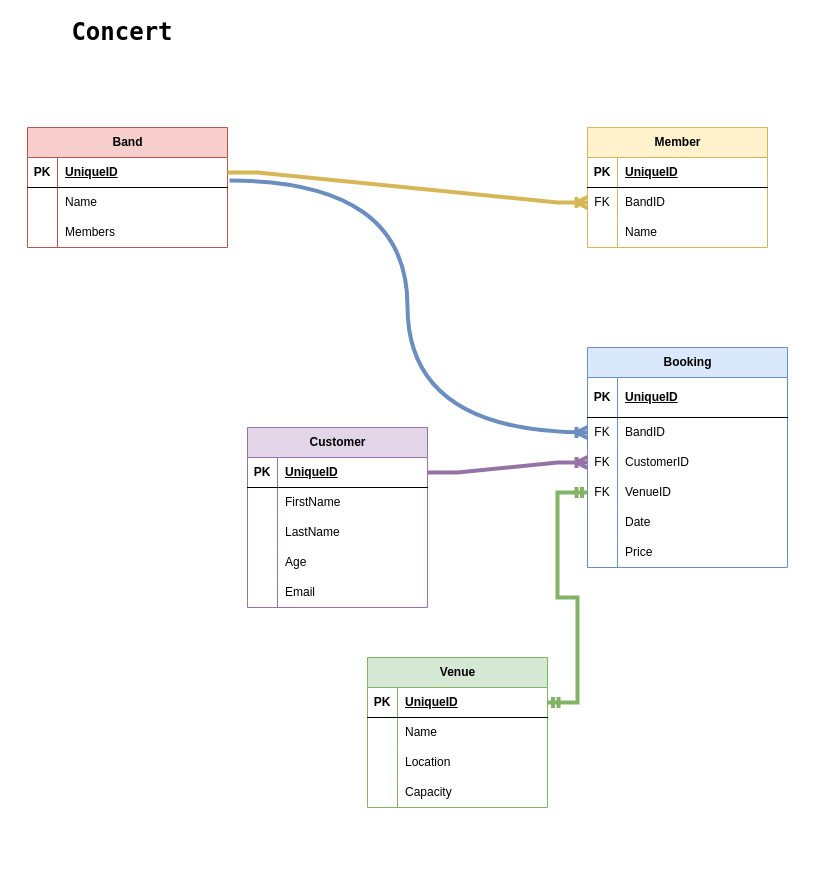
Before: ERD/ConcertERD.drawio in N00240181/CC-Y3-FSD-Assignment, a draw.io diagram. Source tidied: cells renumbered, new cells numbered last; positions are measured from the earlier drawing's top-left corner, leaving out a move shared by most shapes. Both pictures are drawn from the tidied source at 100%, with x=0, y=0 at pixel (27, 17).
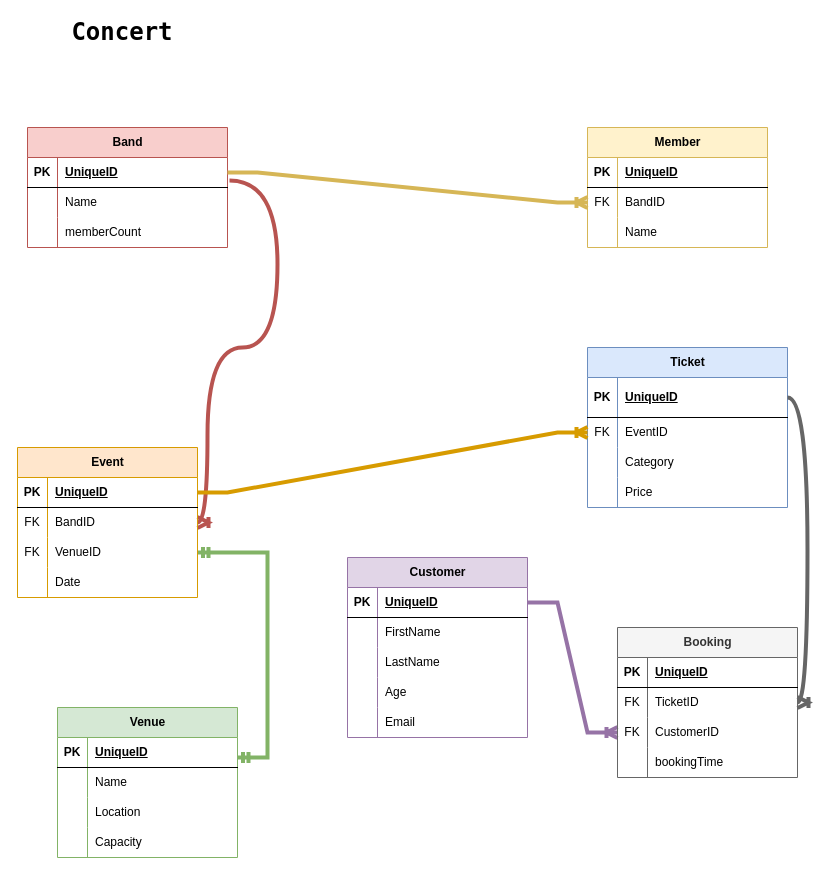
Above is the later version.

Commit message (it also covers changes not shown here):
Changed ERD added a pivot table and event table, changed schema to reflect changes

The change refers to these unchanged cells:
```xml
<mxCell id="3" style="shape=tableRow;horizontal=0;startSize=0;swimlaneHead=0;swimlaneBody=0;fillColor=none;points=[[0,0.5],[1,0.5]];portConstraint=eastwest;top=0;left=0;right=0;bottom=1;" parent="2" vertex="1">
  <mxGeometry y="30" width="200" height="30" as="geometry" />
</mxCell>
<mxCell id="9" style="shape=tableRow;horizontal=0;startSize=0;swimlaneHead=0;swimlaneBody=0;fillColor=none;top=0;left=0;right=0;bottom=0;" parent="2" vertex="1">
  <mxGeometry y="90" width="200" height="30" as="geometry" />
</mxCell>
<mxCell id="14" style="shape=tableRow;horizontal=0;startSize=0;swimlaneHead=0;swimlaneBody=0;fillColor=none;points=[[0,0.5],[1,0.5]];portConstraint=eastwest;top=0;left=0;right=0;bottom=1;" parent="13" vertex="1">
  <mxGeometry y="30" width="200" height="40" as="geometry" />
</mxCell>
<mxCell id="17" style="shape=tableRow;horizontal=0;startSize=0;swimlaneHead=0;swimlaneBody=0;fillColor=none;points=[[0,0.5],[1,0.5]];portConstraint=eastwest;top=0;left=0;right=0;bottom=0;" parent="13" vertex="1">
  <mxGeometry y="70" width="200" height="30" as="geometry" />
</mxCell>
<mxCell id="20" style="shape=tableRow;horizontal=0;startSize=0;swimlaneHead=0;swimlaneBody=0;fillColor=none;points=[[0,0.5],[1,0.5]];portConstraint=eastwest;top=0;left=0;right=0;bottom=0;" parent="13" vertex="1">
  <mxGeometry y="100" width="200" height="30" as="geometry" />
</mxCell>
<mxCell id="23" style="shape=tableRow;horizontal=0;startSize=0;swimlaneHead=0;swimlaneBody=0;fillColor=none;points=[[0,0.5],[1,0.5]];portConstraint=eastwest;top=0;left=0;right=0;bottom=0;" parent="13" vertex="1">
  <mxGeometry y="130" width="200" height="30" as="geometry" />
</mxCell>
<mxCell id="43" style="shape=tableRow;horizontal=0;startSize=0;swimlaneHead=0;swimlaneBody=0;fillColor=none;points=[[0,0.5],[1,0.5]];portConstraint=eastwest;top=0;left=0;right=0;bottom=1;" parent="42" vertex="1">
  <mxGeometry y="30" width="180" height="30" as="geometry" />
</mxCell>
<mxCell id="58" style="shape=tableRow;horizontal=0;startSize=0;swimlaneHead=0;swimlaneBody=0;fillColor=none;points=[[0,0.5],[1,0.5]];portConstraint=eastwest;top=0;left=0;right=0;bottom=1;" parent="57" vertex="1">
  <mxGeometry y="30" width="180" height="30" as="geometry" />
</mxCell>
```

Diff of the diagram source:
```diff
@@
-    <mxCell id="11" value="Members" style="shape=partialRectangle;fillColor=none;top=0;left=0;bottom=0;right=0;align=left;spacingLeft=6;overflow=hidden;whiteSpace=wrap;html=1;" parent="9" vertex="1">
+    <mxCell id="11" value="memberCount" style="shape=partialRectangle;fillColor=none;top=0;left=0;bottom=0;right=0;align=left;spacingLeft=6;overflow=hidden;whiteSpace=wrap;html=1;" parent="9" vertex="1">
       <mxGeometry x="30" width="170" height="30" as="geometry" />
     </mxCell>
@@
-    <mxCell id="13" value="Booking" style="shape=table;startSize=30;childLayout=tableLayout;rowLines=0;fontStyle=1;align=center;html=1;fillColor=#dae8fc;strokeColor=#6c8ebf;" parent="1" vertex="1">
-      <mxGeometry x="560" y="330" width="200" height="220" as="geometry" />
+    <mxCell id="13" value="Ticket" style="shape=table;startSize=30;childLayout=tableLayout;rowLines=0;fontStyle=1;align=center;html=1;fillColor=#dae8fc;strokeColor=#6c8ebf;" parent="1" vertex="1">
+      <mxGeometry x="560" y="330" width="200" height="160" as="geometry" />
     </mxCell>
@@
-    <mxCell id="19" value="BandID" style="shape=partialRectangle;fillColor=none;top=0;left=0;bottom=0;right=0;align=left;spacingLeft=6;overflow=hidden;whiteSpace=wrap;html=1;" parent="17" vertex="1">
+    <mxCell id="19" value="EventID" style="shape=partialRectangle;fillColor=none;top=0;left=0;bottom=0;right=0;align=left;spacingLeft=6;overflow=hidden;whiteSpace=wrap;html=1;" parent="17" vertex="1">
       <mxGeometry x="30" width="170" height="30" as="geometry" />
     </mxCell>
@@
-    <mxCell id="21" value="FK" style="shape=partialRectangle;fillColor=none;top=0;left=0;bottom=0;right=0;overflow=hidden;whiteSpace=wrap;html=1;" parent="20" vertex="1">
+    <mxCell id="21" style="shape=partialRectangle;fillColor=none;top=0;left=0;bottom=0;right=0;overflow=hidden;whiteSpace=wrap;html=1;" parent="20" vertex="1">
       <mxGeometry width="30" height="30" as="geometry" />
     </mxCell>
-    <mxCell id="22" value="CustomerID" style="shape=partialRectangle;fillColor=none;top=0;left=0;bottom=0;right=0;align=left;spacingLeft=6;overflow=hidden;whiteSpace=wrap;html=1;" parent="20" vertex="1">
+    <mxCell id="22" value="Category" style="shape=partialRectangle;fillColor=none;top=0;left=0;bottom=0;right=0;align=left;spacingLeft=6;overflow=hidden;whiteSpace=wrap;html=1;" parent="20" vertex="1">
       <mxGeometry x="30" width="170" height="30" as="geometry" />
     </mxCell>
@@
-    <mxCell id="24" value="FK" style="shape=partialRectangle;fillColor=none;top=0;left=0;bottom=0;right=0;overflow=hidden;whiteSpace=wrap;html=1;" parent="23" vertex="1">
-      <mxGeometry width="30" height="30" as="geometry" />
-    </mxCell>
-    <mxCell id="25" value="VenueID" style="shape=partialRectangle;fillColor=none;top=0;left=0;bottom=0;right=0;align=left;spacingLeft=6;overflow=hidden;whiteSpace=wrap;html=1;" parent="23" vertex="1">
-      <mxGeometry x="30" width="170" height="30" as="geometry" />
-    </mxCell>
-    <mxCell id="26" style="shape=tableRow;horizontal=0;startSize=0;swimlaneHead=0;swimlaneBody=0;fillColor=none;top=0;left=0;right=0;bottom=0;" parent="13" vertex="1">
-      <mxGeometry y="160" width="200" height="30" as="geometry" />
-    </mxCell>
-    <mxCell id="27" style="shape=partialRectangle;fillColor=none;top=0;left=0;bottom=0;right=0;overflow=hidden;whiteSpace=wrap;html=1;" parent="26" vertex="1">
-      <mxGeometry width="30" height="30" as="geometry" />
-    </mxCell>
-    <mxCell id="28" value="Date" style="shape=partialRectangle;fillColor=none;top=0;left=0;bottom=0;right=0;align=left;spacingLeft=6;overflow=hidden;whiteSpace=wrap;html=1;" parent="26" vertex="1">
-      <mxGeometry x="30" width="170" height="30" as="geometry" />
-    </mxCell>
-    <mxCell id="29" style="shape=tableRow;horizontal=0;startSize=0;swimlaneHead=0;swimlaneBody=0;fillColor=none;top=0;left=0;right=0;bottom=0;" parent="13" vertex="1">
-      <mxGeometry y="190" width="200" height="30" as="geometry" />
-    </mxCell>
-    <mxCell id="30" style="shape=partialRectangle;fillColor=none;top=0;left=0;bottom=0;right=0;overflow=hidden;whiteSpace=wrap;html=1;" parent="29" vertex="1">
-      <mxGeometry width="30" height="30" as="geometry" />
-    </mxCell>
+    <mxCell id="75" style="shape=partialRectangle;fillColor=none;top=0;left=0;bottom=0;right=0;overflow=hidden;whiteSpace=wrap;html=1;" parent="23" vertex="1">
+      <mxGeometry width="30" height="30" as="geometry" />
+    </mxCell>
-    <mxCell id="31" value="Price" style="shape=partialRectangle;fillColor=none;top=0;left=0;bottom=0;right=0;align=left;spacingLeft=6;overflow=hidden;whiteSpace=wrap;html=1;" parent="29" vertex="1">
+    <mxCell id="31" value="Price" style="shape=partialRectangle;fillColor=none;top=0;left=0;bottom=0;right=0;align=left;spacingLeft=6;overflow=hidden;whiteSpace=wrap;html=1;" parent="23" vertex="1">
       <mxGeometry x="30" width="170" height="30" as="geometry" />
     </mxCell>
@@
     <mxCell id="42" value="Venue" style="shape=table;startSize=30;childLayout=tableLayout;rowLines=0;fontStyle=1;align=center;html=1;fillColor=#d5e8d4;strokeColor=#82b366;" parent="1" vertex="1">
-      <mxGeometry x="340" y="640" width="180" height="150" as="geometry" />
+      <mxGeometry x="30" y="690" width="180" height="150" as="geometry" />
     </mxCell>
@@
-    <mxCell id="56" style="edgeStyle=orthogonalEdgeStyle;fontSize=12;html=1;endArrow=ERoneToMany;rounded=0;exitX=1.01;exitY=0.767;exitDx=0;exitDy=0;entryX=0;entryY=0.5;entryDx=0;entryDy=0;curved=1;fillColor=#dae8fc;strokeColor=#6c8ebf;strokeWidth=4;exitPerimeter=0;" parent="1" edge="1" source="3" target="17">
-      <mxGeometry relative="1" as="geometry" />
+    <mxCell id="56" style="edgeStyle=orthogonalEdgeStyle;fontSize=12;html=1;endArrow=ERoneToMany;rounded=0;exitX=1.01;exitY=0.767;exitDx=0;exitDy=0;entryX=1;entryY=0.5;entryDx=0;entryDy=0;curved=1;fillColor=#f8cecc;strokeColor=#b85450;strokeWidth=4;exitPerimeter=0;" parent="1" edge="1" source="3" target="80">
+      <mxGeometry relative="1" as="geometry">
+        <Array as="points">
+          <mxPoint x="250" y="163" />
+          <mxPoint x="250" y="330" />
+          <mxPoint x="180" y="330" />
+          <mxPoint x="180" y="505" />
+        </Array>
+      </mxGeometry>
     </mxCell>
     <mxCell id="57" value="Customer" style="shape=table;startSize=30;childLayout=tableLayout;rowLines=0;fontStyle=1;align=center;html=1;fillColor=#e1d5e7;strokeColor=#9673a6;" parent="1" vertex="1">
-      <mxGeometry x="220" y="410" width="180" height="180" as="geometry" />
+      <mxGeometry x="320" y="540" width="180" height="180" as="geometry" />
     </mxCell>
@@
-    <mxCell id="73" style="edgeStyle=entityRelationEdgeStyle;fontSize=12;html=1;endArrow=ERoneToMany;rounded=0;entryX=0;entryY=0.5;entryDx=0;entryDy=0;exitX=1;exitY=0.5;exitDx=0;exitDy=0;fillColor=#e1d5e7;strokeColor=#9673a6;strokeWidth=4;" parent="1" edge="1" source="58" target="20">
+    <mxCell id="73" style="edgeStyle=entityRelationEdgeStyle;fontSize=12;html=1;endArrow=ERoneToMany;rounded=0;entryX=0;entryY=0.5;entryDx=0;entryDy=0;exitX=1;exitY=0.5;exitDx=0;exitDy=0;fillColor=#e1d5e7;strokeColor=#9673a6;strokeWidth=4;" parent="1" edge="1" source="58" target="94">
       <mxGeometry relative="1" as="geometry" />
     </mxCell>
-    <mxCell id="74" style="edgeStyle=entityRelationEdgeStyle;fontSize=12;html=1;endArrow=ERmandOne;startArrow=ERmandOne;rounded=0;entryX=0;entryY=0.5;entryDx=0;entryDy=0;exitX=1;exitY=0.5;exitDx=0;exitDy=0;fillColor=#d5e8d4;strokeColor=#82b366;strokeWidth=4;" parent="1" edge="1" source="43" target="23">
-      <mxGeometry relative="1" as="geometry" />
+    <mxCell id="74" style="edgeStyle=entityRelationEdgeStyle;fontSize=12;html=1;endArrow=ERmandOne;startArrow=ERmandOne;rounded=0;entryX=1;entryY=0.5;entryDx=0;entryDy=0;fillColor=#d5e8d4;strokeColor=#82b366;strokeWidth=4;" parent="1" edge="1" target="83">
+      <mxGeometry relative="1" as="geometry">
+        <mxPoint x="210" y="740" as="sourcePoint" />
+      </mxGeometry>
     </mxCell>
+    <mxCell id="76" value="Event" style="shape=table;startSize=30;childLayout=tableLayout;rowLines=0;fontStyle=1;align=center;html=1;fillColor=#ffe6cc;strokeColor=#d79b00;" parent="1" vertex="1">
+      <mxGeometry x="-10" y="430" width="180" height="150" as="geometry" />
+    </mxCell>
+    <mxCell id="77" style="shape=tableRow;horizontal=0;startSize=0;swimlaneHead=0;swimlaneBody=0;fillColor=none;points=[[0,0.5],[1,0.5]];portConstraint=eastwest;top=0;left=0;right=0;bottom=1;" parent="76" vertex="1">
+      <mxGeometry y="30" width="180" height="30" as="geometry" />
+    </mxCell>
+    <mxCell id="78" value="PK" style="shape=partialRectangle;fillColor=none;top=0;left=0;bottom=0;right=0;fontStyle=1;overflow=hidden;whiteSpace=wrap;html=1;" parent="77" vertex="1">
+      <mxGeometry width="30" height="30" as="geometry" />
+    </mxCell>
+    <mxCell id="79" value="UniqueID" style="shape=partialRectangle;fillColor=none;top=0;left=0;bottom=0;right=0;align=left;spacingLeft=6;fontStyle=5;overflow=hidden;whiteSpace=wrap;html=1;" parent="77" vertex="1">
+      <mxGeometry x="30" width="150" height="30" as="geometry" />
+    </mxCell>
+    <mxCell id="80" style="shape=tableRow;horizontal=0;startSize=0;swimlaneHead=0;swimlaneBody=0;fillColor=none;points=[[0,0.5],[1,0.5]];portConstraint=eastwest;top=0;left=0;right=0;bottom=0;" parent="76" vertex="1">
+      <mxGeometry y="60" width="180" height="30" as="geometry" />
+    </mxCell>
+    <mxCell id="81" value="FK" style="shape=partialRectangle;fillColor=none;top=0;left=0;bottom=0;right=0;overflow=hidden;whiteSpace=wrap;html=1;" parent="80" vertex="1">
+      <mxGeometry width="30" height="30" as="geometry" />
+    </mxCell>
+    <mxCell id="82" value="BandID" style="shape=partialRectangle;fillColor=none;top=0;left=0;bottom=0;right=0;align=left;spacingLeft=6;overflow=hidden;whiteSpace=wrap;html=1;" parent="80" vertex="1">
+      <mxGeometry x="30" width="150" height="30" as="geometry" />
+    </mxCell>
+    <mxCell id="83" style="shape=tableRow;horizontal=0;startSize=0;swimlaneHead=0;swimlaneBody=0;fillColor=none;points=[[0,0.5],[1,0.5]];portConstraint=eastwest;top=0;left=0;right=0;bottom=0;" parent="76" vertex="1">
+      <mxGeometry y="90" width="180" height="30" as="geometry" />
+    </mxCell>
+    <mxCell id="84" value="FK" style="shape=partialRectangle;fillColor=none;top=0;left=0;bottom=0;right=0;overflow=hidden;whiteSpace=wrap;html=1;" parent="83" vertex="1">
+      <mxGeometry width="30" height="30" as="geometry" />
+    </mxCell>
+    <mxCell id="25" value="VenueID" style="shape=partialRectangle;fillColor=none;top=0;left=0;bottom=0;right=0;align=left;spacingLeft=6;overflow=hidden;whiteSpace=wrap;html=1;" parent="83" vertex="1">
+      <mxGeometry x="30" width="150" height="30" as="geometry" />
+    </mxCell>
+    <mxCell id="85" style="shape=tableRow;horizontal=0;startSize=0;swimlaneHead=0;swimlaneBody=0;fillColor=none;top=0;left=0;right=0;bottom=0;" parent="76" vertex="1">
+      <mxGeometry y="120" width="180" height="30" as="geometry" />
+    </mxCell>
+    <mxCell id="86" style="shape=partialRectangle;fillColor=none;top=0;left=0;bottom=0;right=0;overflow=hidden;whiteSpace=wrap;html=1;" parent="85" vertex="1">
+      <mxGeometry width="30" height="30" as="geometry" />
+    </mxCell>
+    <mxCell id="28" value="Date" style="shape=partialRectangle;fillColor=none;top=0;left=0;bottom=0;right=0;align=left;spacingLeft=6;overflow=hidden;whiteSpace=wrap;html=1;" parent="85" vertex="1">
+      <mxGeometry x="30" width="150" height="30" as="geometry" />
+    </mxCell>
+    <mxCell id="87" value="Booking" style="shape=table;startSize=30;childLayout=tableLayout;rowLines=0;fontStyle=1;align=center;html=1;fillColor=#f5f5f5;fontColor=#333333;strokeColor=#666666;" parent="1" vertex="1">
+      <mxGeometry x="590" y="610" width="180" height="150" as="geometry" />
+    </mxCell>
+    <mxCell id="88" style="shape=tableRow;horizontal=0;startSize=0;swimlaneHead=0;swimlaneBody=0;fillColor=none;top=0;left=0;right=0;bottom=1;" parent="87" vertex="1">
+      <mxGeometry y="30" width="180" height="30" as="geometry" />
+    </mxCell>
+    <mxCell id="89" value="PK" style="shape=partialRectangle;fillColor=none;top=0;left=0;bottom=0;right=0;fontStyle=1;overflow=hidden;whiteSpace=wrap;html=1;" parent="88" vertex="1">
+      <mxGeometry width="30" height="30" as="geometry" />
+    </mxCell>
+    <mxCell id="90" value="UniqueID" style="shape=partialRectangle;fillColor=none;top=0;left=0;bottom=0;right=0;align=left;spacingLeft=6;fontStyle=5;overflow=hidden;whiteSpace=wrap;html=1;" parent="88" vertex="1">
+      <mxGeometry x="30" width="150" height="30" as="geometry" />
+    </mxCell>
+    <mxCell id="91" style="shape=tableRow;horizontal=0;startSize=0;swimlaneHead=0;swimlaneBody=0;fillColor=none;points=[[0,0.5],[1,0.5]];portConstraint=eastwest;top=0;left=0;right=0;bottom=0;" parent="87" vertex="1">
+      <mxGeometry y="60" width="180" height="30" as="geometry" />
+    </mxCell>
+    <mxCell id="92" value="FK" style="shape=partialRectangle;fillColor=none;top=0;left=0;bottom=0;right=0;overflow=hidden;whiteSpace=wrap;html=1;" parent="91" vertex="1">
+      <mxGeometry width="30" height="30" as="geometry" />
+    </mxCell>
+    <mxCell id="93" value="TicketID" style="shape=partialRectangle;fillColor=none;top=0;left=0;bottom=0;right=0;align=left;spacingLeft=6;overflow=hidden;whiteSpace=wrap;html=1;" parent="91" vertex="1">
+      <mxGeometry x="30" width="150" height="30" as="geometry" />
+    </mxCell>
+    <mxCell id="94" style="shape=tableRow;horizontal=0;startSize=0;swimlaneHead=0;swimlaneBody=0;fillColor=none;points=[[0,0.5],[1,0.5]];portConstraint=eastwest;top=0;left=0;right=0;bottom=0;" parent="87" vertex="1">
+      <mxGeometry y="90" width="180" height="30" as="geometry" />
+    </mxCell>
+    <mxCell id="95" value="FK" style="shape=partialRectangle;fillColor=none;top=0;left=0;bottom=0;right=0;overflow=hidden;whiteSpace=wrap;html=1;" parent="94" vertex="1">
+      <mxGeometry width="30" height="30" as="geometry" />
+    </mxCell>
+    <mxCell id="96" value="CustomerID" style="shape=partialRectangle;fillColor=none;top=0;left=0;bottom=0;right=0;align=left;spacingLeft=6;overflow=hidden;whiteSpace=wrap;html=1;" parent="94" vertex="1">
+      <mxGeometry x="30" width="150" height="30" as="geometry" />
+    </mxCell>
+    <mxCell id="97" style="shape=tableRow;horizontal=0;startSize=0;swimlaneHead=0;swimlaneBody=0;fillColor=none;top=0;left=0;right=0;bottom=0;" parent="87" vertex="1">
+      <mxGeometry y="120" width="180" height="30" as="geometry" />
+    </mxCell>
+    <mxCell id="98" style="shape=partialRectangle;fillColor=none;top=0;left=0;bottom=0;right=0;overflow=hidden;whiteSpace=wrap;html=1;" parent="97" vertex="1">
+      <mxGeometry width="30" height="30" as="geometry" />
+    </mxCell>
+    <mxCell id="99" value="bookingTime" style="shape=partialRectangle;fillColor=none;top=0;left=0;bottom=0;right=0;align=left;spacingLeft=6;overflow=hidden;whiteSpace=wrap;html=1;" parent="97" vertex="1">
+      <mxGeometry x="30" width="150" height="30" as="geometry" />
+    </mxCell>
+    <mxCell id="100" style="edgeStyle=orthogonalEdgeStyle;fontSize=12;html=1;endArrow=ERoneToMany;rounded=0;exitX=1;exitY=0.5;exitDx=0;exitDy=0;strokeWidth=4;fillColor=#f5f5f5;strokeColor=#666666;entryX=1;entryY=0.5;entryDx=0;entryDy=0;curved=1;" parent="1" edge="1" source="14" target="91">
+      <mxGeometry relative="1" as="geometry" />
+    </mxCell>
+    <mxCell id="101" style="edgeStyle=entityRelationEdgeStyle;fontSize=12;html=1;endArrow=ERoneToMany;rounded=0;entryX=0;entryY=0.5;entryDx=0;entryDy=0;exitX=1;exitY=0.5;exitDx=0;exitDy=0;fillColor=#ffe6cc;strokeColor=#d79b00;strokeWidth=4;" parent="1" edge="1" source="77" target="17">
+      <mxGeometry relative="1" as="geometry" />
+    </mxCell>
```
